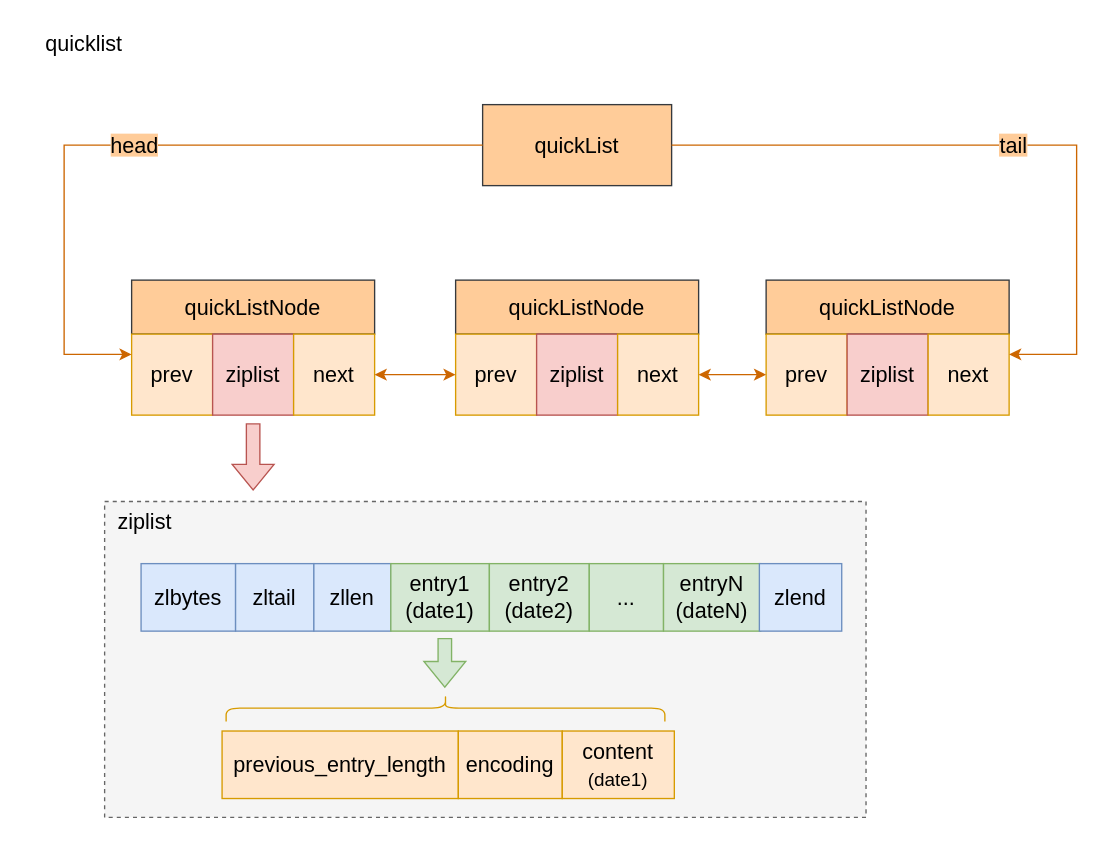
zhangyuying-cn/images keeps this draw.io diagram as page "Redis-List" (3 of 5) of Redis/Redis.drawio. Above is the earlier version. Source tidied: cells renumbered, new cells numbered last; positions are measured from the earlier drawing's top-left corner, leaving out a move shared by most shapes. Both pictures are drawn from the tidied source at 135%, with x=0, y=0 at pixel (23, 23).
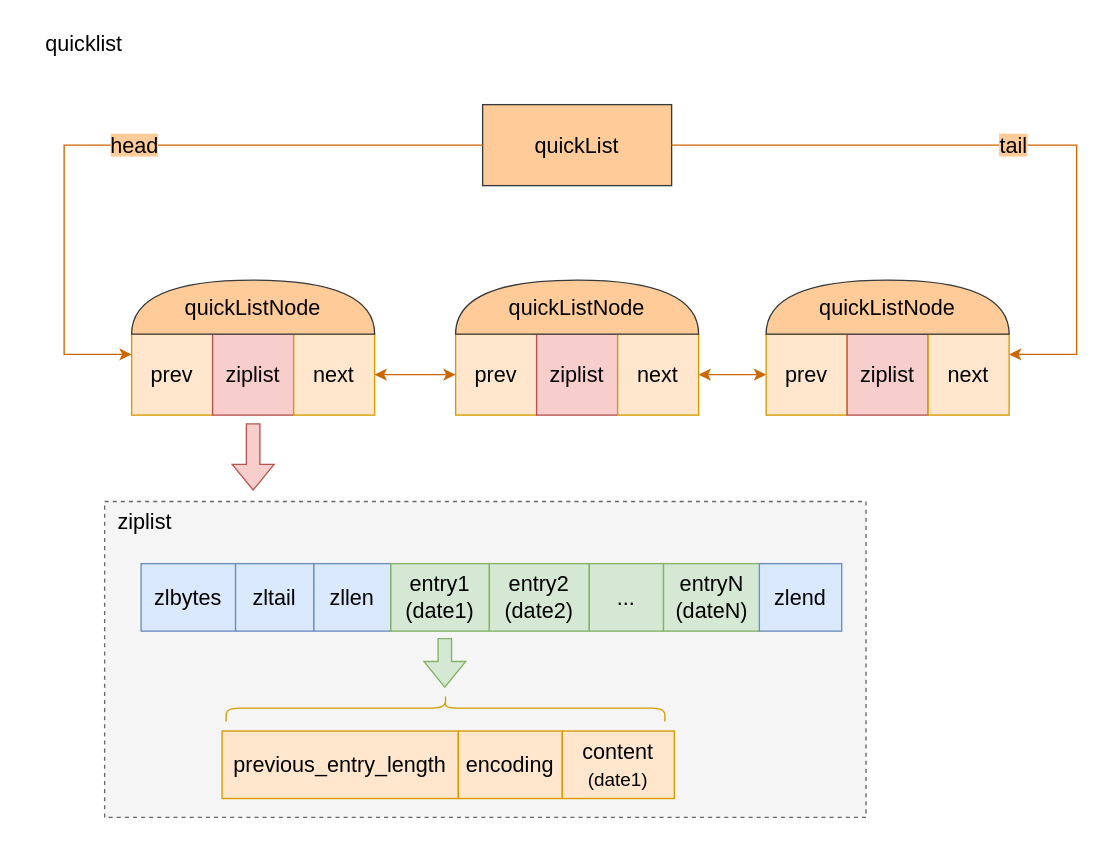
Above is the later version.

What changed in the source:
```diff
@@
-    <mxCell id="3" value="&lt;font style=&quot;font-size: 16px;&quot; color=&quot;#000000&quot;&gt;quickListNode&lt;/font&gt;" style="rounded=0;whiteSpace=wrap;html=1;fontSize=14;strokeColor=#36393d;strokeWidth=1;fillColor=#ffcc99;" parent="1" vertex="1">
-      <mxGeometry x="80" y="190" width="180" height="40" as="geometry" />
-    </mxCell>
@@
-    <mxCell id="7" value="&lt;font style=&quot;font-size: 16px;&quot; color=&quot;#000000&quot;&gt;quickListNode&lt;/font&gt;" style="rounded=0;whiteSpace=wrap;html=1;fontSize=14;strokeColor=#36393d;strokeWidth=1;fillColor=#ffcc99;" parent="1" vertex="1">
-      <mxGeometry x="320" y="190" width="180" height="40" as="geometry" />
-    </mxCell>
@@
-    <mxCell id="11" value="&lt;font style=&quot;font-size: 16px;&quot; color=&quot;#000000&quot;&gt;quickListNode&lt;/font&gt;" style="rounded=0;whiteSpace=wrap;html=1;fontSize=14;strokeColor=#36393d;strokeWidth=1;fillColor=#ffcc99;" parent="1" vertex="1">
-      <mxGeometry x="550" y="190" width="180" height="40" as="geometry" />
-    </mxCell>
@@
+    <mxCell id="36" value="quickListNode" style="shape=or;whiteSpace=wrap;html=1;direction=north;fillColor=#ffcc99;strokeColor=#36393d;rounded=0;fontSize=16;" parent="1" vertex="1">
+      <mxGeometry x="80" y="190" width="180" height="40" as="geometry" />
+    </mxCell>
+    <mxCell id="37" value="quickListNode" style="shape=or;whiteSpace=wrap;html=1;direction=north;fillColor=#ffcc99;strokeColor=#36393d;rounded=0;fontSize=16;" parent="1" vertex="1">
+      <mxGeometry x="320" y="190" width="180" height="40" as="geometry" />
+    </mxCell>
+    <mxCell id="38" value="quickListNode" style="shape=or;whiteSpace=wrap;html=1;direction=north;fillColor=#ffcc99;strokeColor=#36393d;rounded=0;fontSize=16;" parent="1" vertex="1">
+      <mxGeometry x="550" y="190" width="180" height="40" as="geometry" />
+    </mxCell>
```
